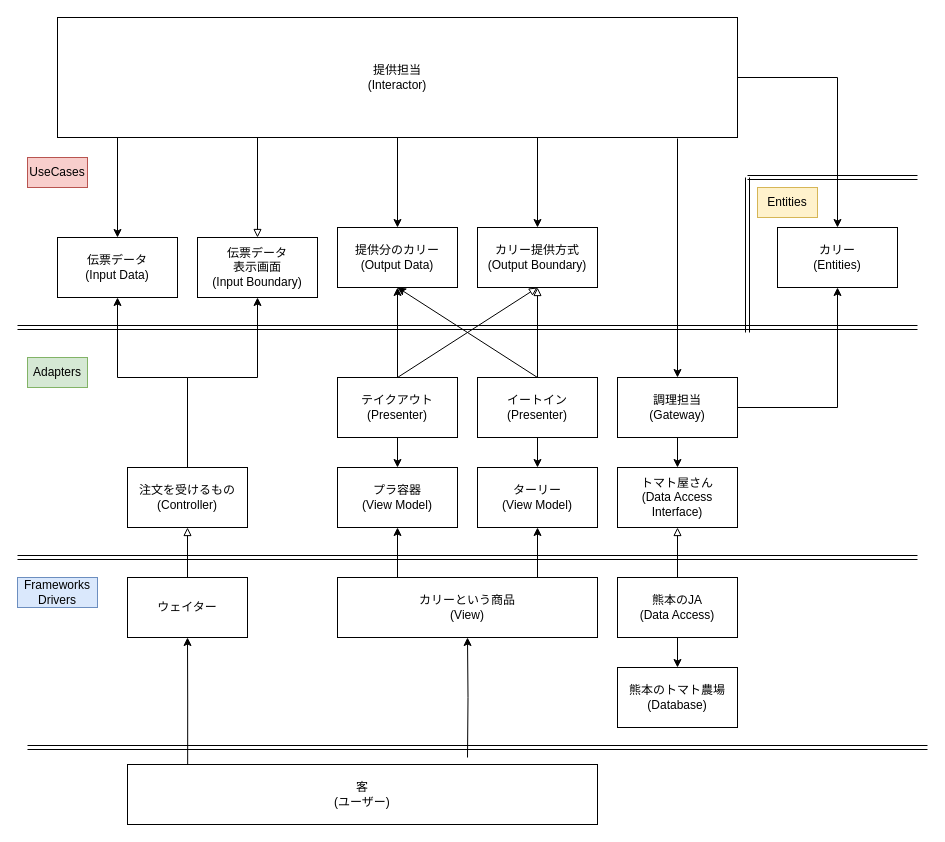
hasegit/documents keeps this draw.io diagram as curryarchi.drawio. Above is the earlier version. Source tidied: cells renumbered, new cells numbered last; positions are measured from the earlier drawing's top-left corner, leaving out a move shared by most shapes. Both pictures are drawn from the tidied source at 100%, with x=0, y=0 at pixel (17, 17).
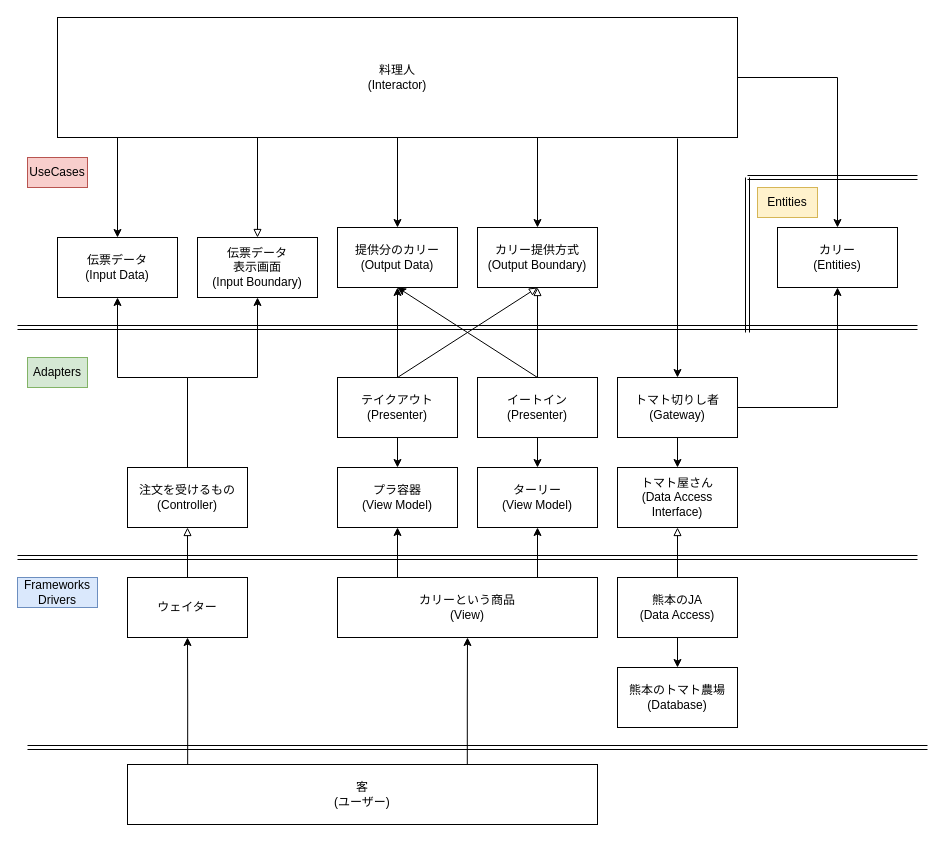
The same diagram, later.

Unchanged cells that the change refers to:
```xml
<mxCell id="29" value="カリーという商品&lt;br&gt;(View)" style="rounded=0;whiteSpace=wrap;html=1;" parent="1" vertex="1">
  <mxGeometry x="320" y="560" width="260" height="60" as="geometry" />
</mxCell>
<mxCell id="51" value="客&lt;br&gt;(ユーザー)" style="rounded=0;whiteSpace=wrap;html=1;" parent="1" vertex="1">
  <mxGeometry x="110" y="747" width="470" height="60" as="geometry" />
</mxCell>
```

The edit, as a diff of the source:
```diff
@@
-<mxGraphModel>
+<mxGraphModel background="#ffffff">
@@
-    <mxCell id="12" value="提供担当&lt;br&gt;(Interactor)" style="rounded=0;whiteSpace=wrap;html=1;" parent="1" vertex="1">
+    <mxCell id="12" value="料理人&lt;br&gt;(Interactor)" style="rounded=0;whiteSpace=wrap;html=1;" parent="1" vertex="1">
       <mxGeometry x="40" width="680" height="120" as="geometry" />
     </mxCell>
@@
-    <mxCell id="38" value="調理担当&lt;br&gt;(Gateway)" style="rounded=0;whiteSpace=wrap;html=1;" parent="1" vertex="1">
+    <mxCell id="38" value="トマト切りし者&lt;br&gt;(Gateway)" style="rounded=0;whiteSpace=wrap;html=1;" parent="1" vertex="1">
       <mxGeometry x="600" y="360" width="120" height="60" as="geometry" />
     </mxCell>
@@
-    <mxCell id="50" style="edgeStyle=orthogonalEdgeStyle;rounded=0;jettySize=auto;html=1;entryX=0.5;entryY=1;entryDx=0;entryDy=0;" parent="1" edge="1" target="29">
-      <mxGeometry relative="1" as="geometry">
-        <mxPoint x="450" y="740" as="sourcePoint" />
-      </mxGeometry>
+    <mxCell id="50" style="edgeStyle=orthogonalEdgeStyle;rounded=0;jettySize=auto;html=1;entryX=0.5;entryY=1;entryDx=0;entryDy=0;exitX=0.723;exitY=0;exitDx=0;exitDy=0;exitPerimeter=0;" parent="1" edge="1" source="51" target="29">
+      <mxGeometry relative="1" as="geometry" />
     </mxCell>
```
